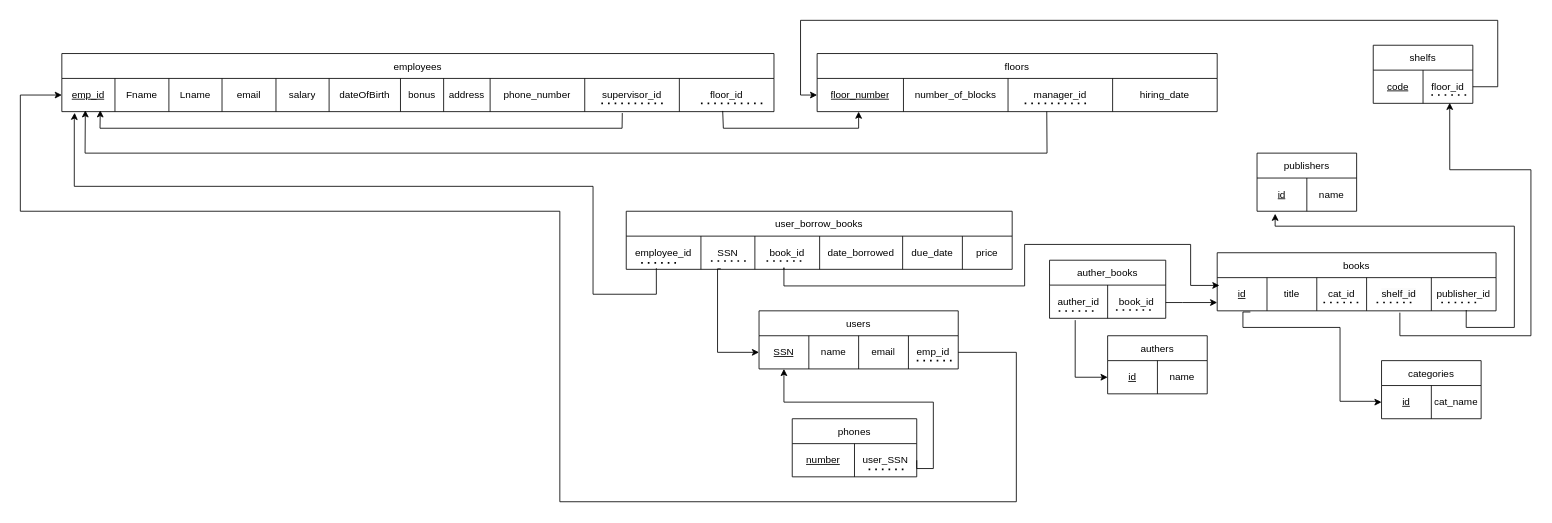
The draw.io diagram part_1_mapping.drawio in m-saad-dev/database, before the edit. Source tidied: cells renumbered, new cells numbered last; positions are measured from the earlier drawing's top-left corner, leaving out a move shared by most shapes. Both pictures are drawn from the tidied source at 83%, with x=0, y=0 at pixel (20, 20).
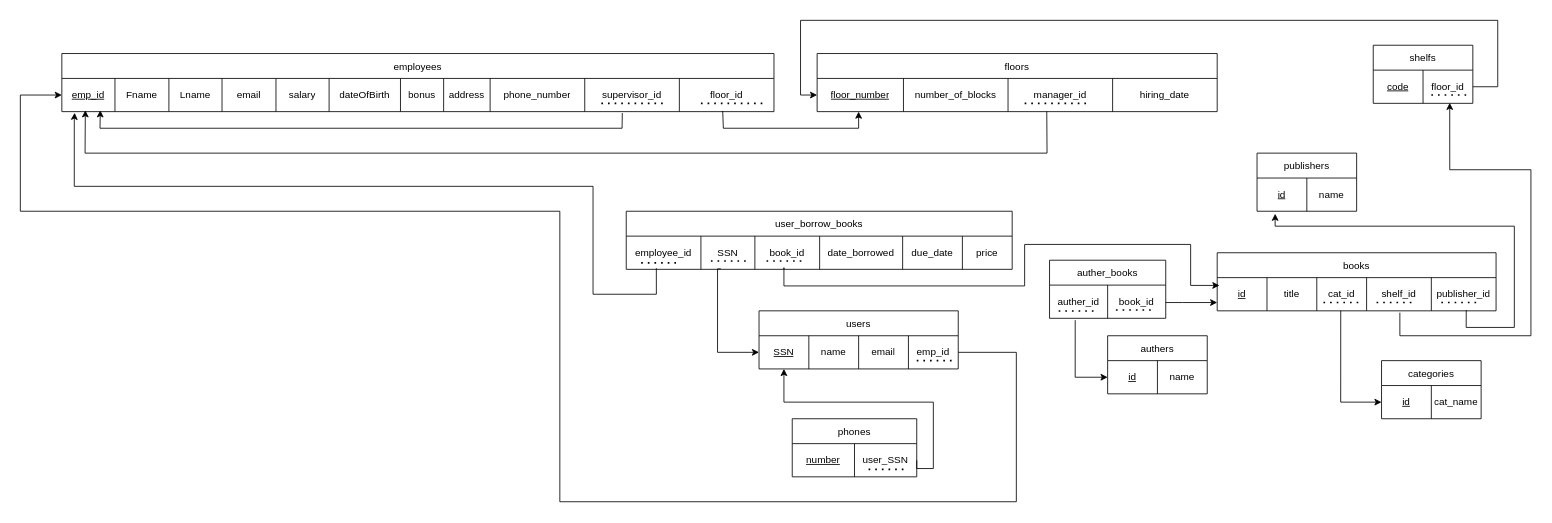
Above is the later version.

The change refers to these unchanged cells:
```xml
<mxCell id="34" style="shape=tableRow;horizontal=0;startSize=0;swimlaneHead=0;swimlaneBody=0;strokeColor=inherit;top=0;left=0;bottom=0;right=0;fillColor=none;points=[[0,0.5],[1,0.5]];portConstraint=eastwest;" parent="33" vertex="1">
  <mxGeometry y="30" width="336" height="40" as="geometry" />
</mxCell>
<mxCell id="43" style="shape=tableRow;horizontal=0;startSize=0;swimlaneHead=0;swimlaneBody=0;strokeColor=inherit;top=0;left=0;bottom=0;right=0;fillColor=none;points=[[0,0.5],[1,0.5]];portConstraint=eastwest;" parent="42" vertex="1">
  <mxGeometry y="30" width="120" height="40" as="geometry" />
</mxCell>
```

What changed in the source:
```diff
@@
-    <mxCell id="47" style="endArrow=classic;html=1;rounded=0;exitX=0.119;exitY=1.035;exitDx=0;exitDy=0;exitPerimeter=0;entryX=0;entryY=0.5;entryDx=0;entryDy=0;edgeStyle=orthogonalEdgeStyle;" parent="1" edge="1" source="34" target="43">
+    <mxCell id="47" style="endArrow=classic;html=1;rounded=0;edgeStyle=orthogonalEdgeStyle;exitX=0.443;exitY=0.994;exitDx=0;exitDy=0;exitPerimeter=0;entryX=0;entryY=0.5;entryDx=0;entryDy=0;" parent="1" edge="1" source="34" target="43">
       <mxGeometry relative="1" as="geometry">
         <Array as="points">
-          <mxPoint x="1473" y="370" />
-          <mxPoint x="1590" y="370" />
-          <mxPoint x="1590" y="459" />
-          <mxPoint x="1637" y="459" />
-          <mxPoint x="1637" y="460" />
+          <mxPoint x="1591" y="460" />
         </Array>
       </mxGeometry>
     </mxCell>
```
